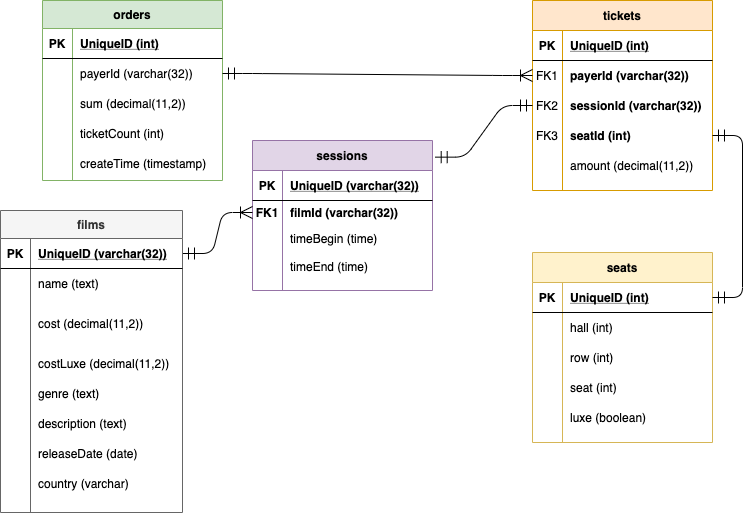
Earlier version of the draw.io export DatabaseLogic.png (otusteamedu/PHP_2024). Source tidied: cells renumbered, new cells last; positions are measured from the earlier drawing's top-left corner, leaving out a move shared by most shapes.
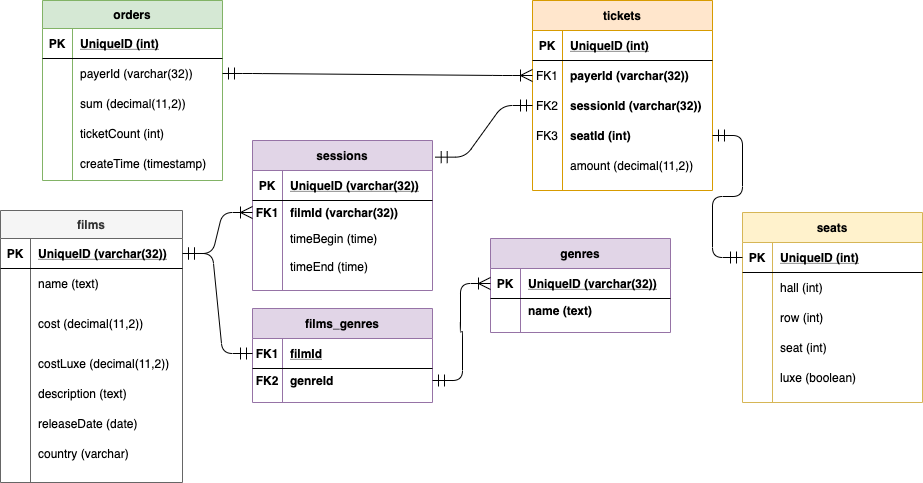
Later version of the same file.

What changed in the source:
```diff
@@ -51,7 +51,7 @@
       <mxGeometry x="30" width="150" height="30" as="geometry" />
     </mxCell>
     <mxCell id="18" value="seats" style="shape=table;startSize=30;rowLines=0;fontStyle=1;align=center;shadow=0;fillColor=#fff2cc;strokeColor=#d6b656;" parent="1" vertex="1">
-      <mxGeometry x="532" y="252" width="180" height="190" as="geometry" />
+      <mxGeometry x="742" y="212" width="180" height="190" as="geometry" />
     </mxCell>
     <mxCell id="19" style="shape=partialRectangle;fillColor=none;top=0;left=0;bottom=1;right=0;points=[[0,0.5],[1,0.5]];portConstraint=eastwest;" parent="18" vertex="1">
       <mxGeometry y="30" width="180" height="30" as="geometry" />
@@ -185,7 +185,7 @@
     <mxCell id="62" value="amount (decimal(11,2))" style="shape=partialRectangle;fillColor=none;top=0;left=0;bottom=0;right=0;align=left;spacingLeft=6;overflow=hidden;" parent="60" vertex="1">
       <mxGeometry x="30" width="150" height="30" as="geometry" />
     </mxCell>
-    <mxCell id="63" style="edgeStyle=entityRelationEdgeStyle;fontSize=12;html=1;endArrow=ERmandOne;startArrow=ERmandOne;exitX=1;exitY=0.5;exitDx=0;exitDy=0;endSize=10;startSize=10;" parent="1" edge="1" source="19" target="57">
+    <mxCell id="63" style="edgeStyle=entityRelationEdgeStyle;fontSize=12;html=1;endArrow=ERmandOne;startArrow=ERmandOne;endSize=10;startSize=10;exitX=0;exitY=0.5;exitDx=0;exitDy=0;" parent="1" edge="1" source="19" target="57">
       <mxGeometry relative="1" as="geometry" />
     </mxCell>
     <mxCell id="64" style="edgeStyle=entityRelationEdgeStyle;fontSize=12;html=1;endArrow=ERmandOne;startArrow=ERmandOne;exitX=1.015;exitY=0.111;exitDx=0;exitDy=0;entryX=0;entryY=0.5;entryDx=0;entryDy=0;endSize=10;startSize=10;exitPerimeter=0;" parent="1" edge="1" source="34" target="54">
@@ -198,7 +198,7 @@
       <mxGeometry relative="1" as="geometry" />
     </mxCell>
     <mxCell id="67" value="films" style="shape=table;startSize=28;rowLines=0;fontStyle=1;align=center;shadow=0;fillColor=#f5f5f5;strokeColor=#666666;fontColor=#333333;" parent="1" vertex="1">
-      <mxGeometry y="210" width="182" height="302" as="geometry" />
+      <mxGeometry y="210" width="182" height="272" as="geometry" />
     </mxCell>
     <mxCell id="68" style="shape=partialRectangle;fillColor=none;top=0;left=0;bottom=1;right=0;points=[[0,0.5],[1,0.5]];portConstraint=eastwest;" parent="67" vertex="1">
       <mxGeometry y="28" width="182" height="30" as="geometry" />
@@ -236,17 +236,8 @@
     <mxCell id="79" value="costLuxe (decimal(11,2))" style="shape=partialRectangle;fillColor=none;top=0;left=0;bottom=0;right=0;align=left;spacingLeft=6;overflow=hidden;" parent="77" vertex="1">
       <mxGeometry x="30" width="152" height="30" as="geometry" />
     </mxCell>
-    <mxCell id="80" style="shape=partialRectangle;fillColor=none;top=0;left=0;bottom=0;right=0;" parent="67" vertex="1">
-      <mxGeometry y="168" width="182" height="30" as="geometry" />
-    </mxCell>
-    <mxCell id="81" style="shape=partialRectangle;fillColor=none;top=0;left=0;bottom=0;right=0;overflow=hidden;" parent="80" vertex="1">
-      <mxGeometry width="30" height="30" as="geometry" />
-    </mxCell>
-    <mxCell id="82" value="genre (text)" style="shape=partialRectangle;fillColor=none;top=0;left=0;bottom=0;right=0;align=left;spacingLeft=6;overflow=hidden;" parent="80" vertex="1">
-      <mxGeometry x="30" width="152" height="30" as="geometry" />
-    </mxCell>
     <mxCell id="83" style="shape=partialRectangle;fillColor=none;top=0;left=0;bottom=0;right=0;" parent="67" vertex="1">
-      <mxGeometry y="198" width="182" height="30" as="geometry" />
+      <mxGeometry y="168" width="182" height="30" as="geometry" />
     </mxCell>
     <mxCell id="84" style="shape=partialRectangle;fillColor=none;top=0;left=0;bottom=0;right=0;overflow=hidden;" parent="83" vertex="1">
       <mxGeometry width="30" height="30" as="geometry" />
@@ -255,7 +246,7 @@
       <mxGeometry x="30" width="152" height="30" as="geometry" />
     </mxCell>
     <mxCell id="86" style="shape=partialRectangle;fillColor=none;top=0;left=0;bottom=0;right=0;" parent="67" vertex="1">
-      <mxGeometry y="228" width="182" height="30" as="geometry" />
+      <mxGeometry y="198" width="182" height="30" as="geometry" />
     </mxCell>
     <mxCell id="87" style="shape=partialRectangle;fillColor=none;top=0;left=0;bottom=0;right=0;overflow=hidden;" parent="86" vertex="1">
       <mxGeometry width="30" height="30" as="geometry" />
@@ -264,7 +255,7 @@
       <mxGeometry x="30" width="152" height="30" as="geometry" />
     </mxCell>
     <mxCell id="89" style="shape=partialRectangle;fillColor=none;top=0;left=0;bottom=0;right=0;" parent="67" vertex="1">
-      <mxGeometry y="258" width="182" height="30" as="geometry" />
+      <mxGeometry y="228" width="182" height="30" as="geometry" />
     </mxCell>
     <mxCell id="90" style="shape=partialRectangle;fillColor=none;top=0;left=0;bottom=0;right=0;overflow=hidden;" parent="89" vertex="1">
       <mxGeometry width="30" height="30" as="geometry" />
@@ -272,5 +263,53 @@
     <mxCell id="91" value="country (varchar)" style="shape=partialRectangle;fillColor=none;top=0;left=0;bottom=0;right=0;align=left;spacingLeft=6;overflow=hidden;" parent="89" vertex="1">
       <mxGeometry x="30" width="152" height="30" as="geometry" />
     </mxCell>
+    <mxCell id="92" value="genres" style="shape=table;startSize=30;rowLines=0;fontStyle=1;align=center;shadow=0;fillColor=#e1d5e7;strokeColor=#9673a6;" parent="1" vertex="1">
+      <mxGeometry x="490" y="238" width="180" height="94" as="geometry" />
+    </mxCell>
+    <mxCell id="93" style="shape=partialRectangle;fillColor=none;top=0;left=0;bottom=1;right=0;points=[[0,0.5],[1,0.5]];portConstraint=eastwest;" parent="92" vertex="1">
+      <mxGeometry y="30" width="180" height="30" as="geometry" />
+    </mxCell>
+    <mxCell id="94" value="PK" style="shape=partialRectangle;fillColor=none;top=0;left=0;bottom=0;right=0;fontStyle=1;overflow=hidden;" parent="93" vertex="1">
+      <mxGeometry width="30" height="30" as="geometry" />
+    </mxCell>
+    <mxCell id="95" value="UniqueID (varchar(32))" style="shape=partialRectangle;fillColor=none;top=0;left=0;bottom=0;right=0;align=left;spacingLeft=6;fontStyle=5;overflow=hidden;" parent="93" vertex="1">
+      <mxGeometry x="30" width="150" height="30" as="geometry" />
+    </mxCell>
+    <mxCell id="96" style="shape=partialRectangle;fillColor=none;top=0;left=0;bottom=0;right=0;" parent="92" vertex="1">
+      <mxGeometry y="60" width="180" height="24" as="geometry" />
+    </mxCell>
+    <mxCell id="97" style="shape=partialRectangle;fillColor=none;top=0;left=0;bottom=0;right=0;overflow=hidden;fontStyle=1;" parent="96" vertex="1">
+      <mxGeometry width="30" height="24" as="geometry" />
+    </mxCell>
+    <mxCell id="98" value="name (text)" style="shape=partialRectangle;fillColor=none;top=0;left=0;bottom=0;right=0;align=left;spacingLeft=6;overflow=hidden;fontStyle=1;" parent="96" vertex="1">
+      <mxGeometry x="30" width="150" height="24" as="geometry" />
+    </mxCell>
+    <mxCell id="99" value="films_genres" style="shape=table;startSize=30;rowLines=0;fontStyle=1;align=center;shadow=0;fillColor=#e1d5e7;strokeColor=#9673a6;" parent="1" vertex="1">
+      <mxGeometry x="252" y="308" width="180" height="94" as="geometry" />
+    </mxCell>
+    <mxCell id="100" style="shape=partialRectangle;fillColor=none;top=0;left=0;bottom=1;right=0;points=[[0,0.5],[1,0.5]];portConstraint=eastwest;" parent="99" vertex="1">
+      <mxGeometry y="30" width="180" height="30" as="geometry" />
+    </mxCell>
+    <mxCell id="101" value="FK1" style="shape=partialRectangle;fillColor=none;top=0;left=0;bottom=0;right=0;fontStyle=1;overflow=hidden;" parent="100" vertex="1">
+      <mxGeometry width="30" height="30" as="geometry" />
+    </mxCell>
+    <mxCell id="102" value="filmId" style="shape=partialRectangle;fillColor=none;top=0;left=0;bottom=0;right=0;align=left;spacingLeft=6;fontStyle=5;overflow=hidden;" parent="100" vertex="1">
+      <mxGeometry x="30" width="150" height="30" as="geometry" />
+    </mxCell>
+    <mxCell id="103" style="shape=partialRectangle;fillColor=none;top=0;left=0;bottom=0;right=0;points=[[0,0.5],[1,0.5]];portConstraint=eastwest;" parent="99" vertex="1">
+      <mxGeometry y="60" width="180" height="24" as="geometry" />
+    </mxCell>
+    <mxCell id="104" value="FK2" style="shape=partialRectangle;fillColor=none;top=0;left=0;bottom=0;right=0;overflow=hidden;fontStyle=1;" parent="103" vertex="1">
+      <mxGeometry width="30" height="24" as="geometry" />
+    </mxCell>
+    <mxCell id="105" value="genreId" style="shape=partialRectangle;fillColor=none;top=0;left=0;bottom=0;right=0;align=left;spacingLeft=6;overflow=hidden;fontStyle=1;" parent="103" vertex="1">
+      <mxGeometry x="30" width="150" height="24" as="geometry" />
+    </mxCell>
+    <mxCell id="106" style="edgeStyle=entityRelationEdgeStyle;fontSize=12;html=1;endArrow=ERmandOne;startArrow=ERoneToMany;endSize=10;startSize=10;startFill=0;exitX=0;exitY=0.5;exitDx=0;exitDy=0;" parent="1" edge="1" source="93" target="103">
+      <mxGeometry relative="1" as="geometry" />
+    </mxCell>
+    <mxCell id="107" style="edgeStyle=entityRelationEdgeStyle;fontSize=12;html=1;endArrow=ERmandOne;startArrow=ERmandOne;exitX=1;exitY=0.5;exitDx=0;exitDy=0;entryX=0;entryY=0.5;entryDx=0;entryDy=0;endSize=10;startSize=10;" parent="1" edge="1" source="68" target="100">
+      <mxGeometry relative="1" as="geometry" />
+    </mxCell>
   </root>
 </mxGraphModel>
```
